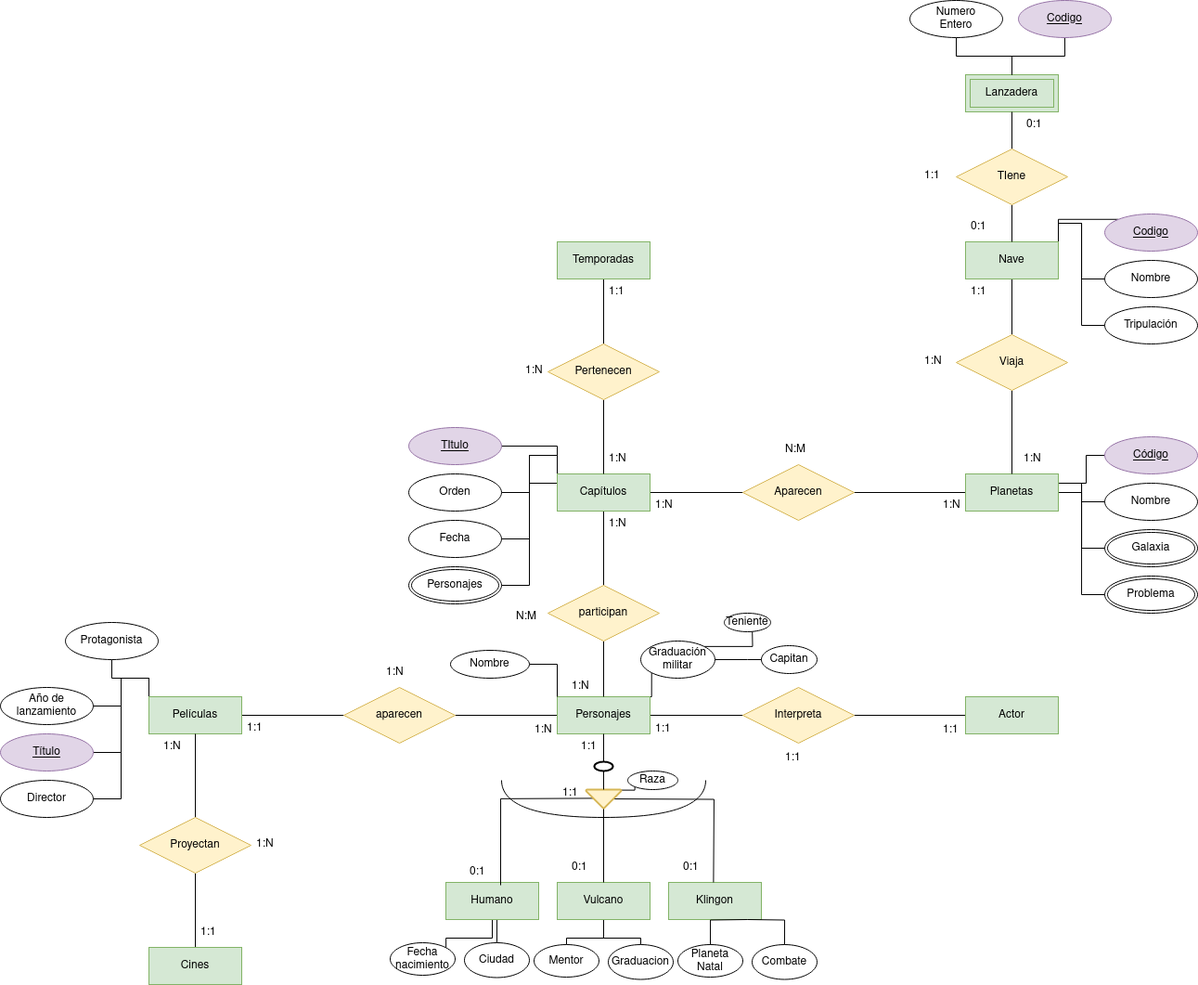
jdrguez/2-Daw keeps this draw.io diagram as Unidad-1/Tareas/Tarea-evaluable3/Diagrama sin título.drawio.png. Above is the earlier version. Source tidied: cells renumbered, new cells last; positions are measured from the earlier drawing's top-left corner, leaving out a move shared by most shapes.
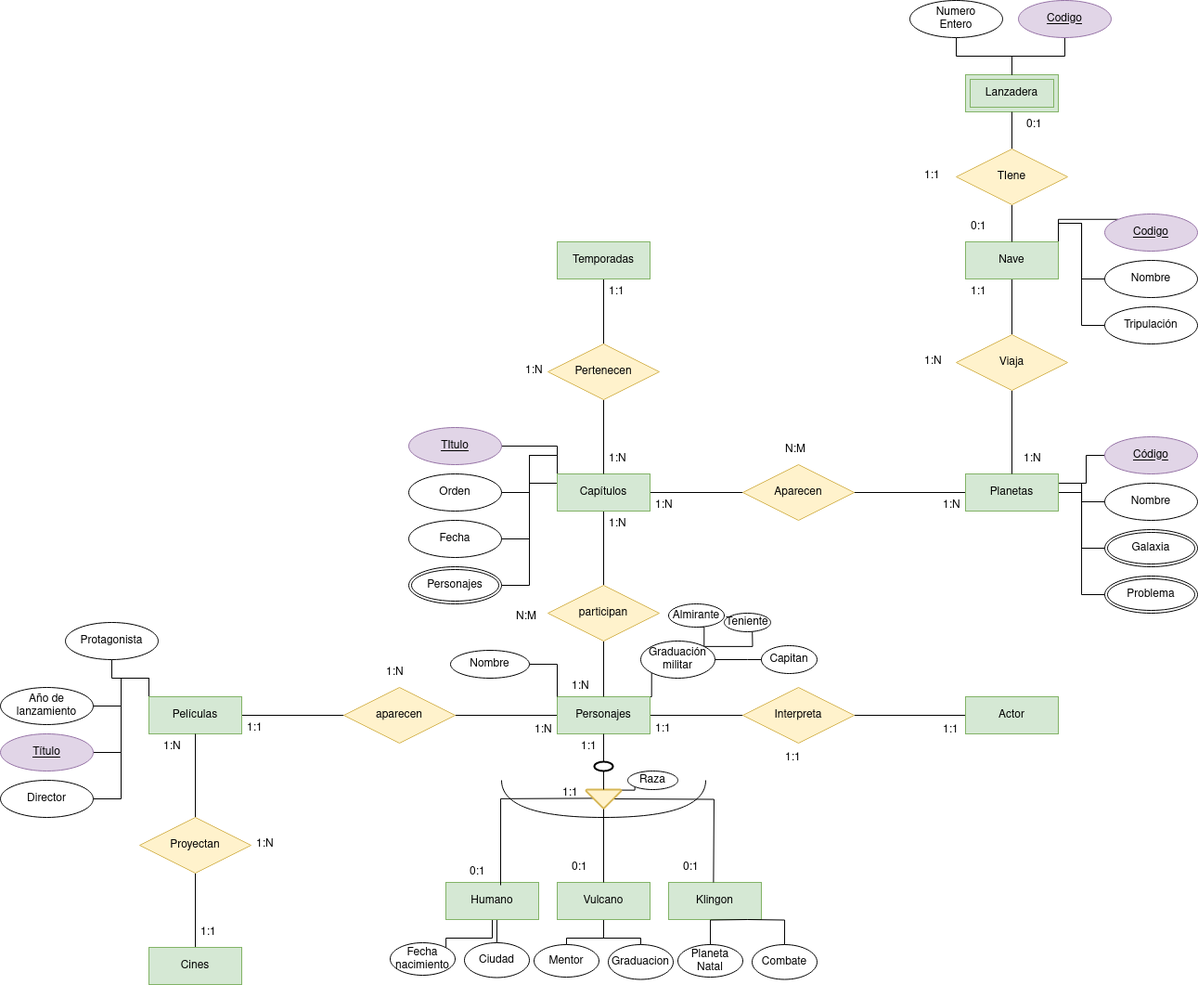
Later version of the same file.

The edit, as a diff of the source:
```diff
@@ -407,5 +407,11 @@
     <mxCell id="130" value="1:1" style="text;strokeColor=none;fillColor=none;spacingLeft=4;spacingRight=4;overflow=hidden;fontSize=12;whiteSpace=wrap;html=1;" parent="1" vertex="1">
       <mxGeometry x="600" y="840" width="40" height="30" as="geometry" />
     </mxCell>
+    <mxCell id="131" style="edgeStyle=orthogonalEdgeStyle;rounded=0;jettySize=auto;html=1;exitX=0.5;exitY=1;exitDx=0;exitDy=0;entryX=1;entryY=0;entryDx=0;entryDy=0;endArrow=none;endFill=0;" parent="1" edge="1" source="132" target="66">
+      <mxGeometry relative="1" as="geometry" />
+    </mxCell>
+    <mxCell id="132" value="Almirante" style="ellipse;whiteSpace=wrap;html=1;align=center;" parent="1" vertex="1">
+      <mxGeometry x="720" y="650" width="60" height="25" as="geometry" />
+    </mxCell>
   </root>
 </mxGraphModel>
```
